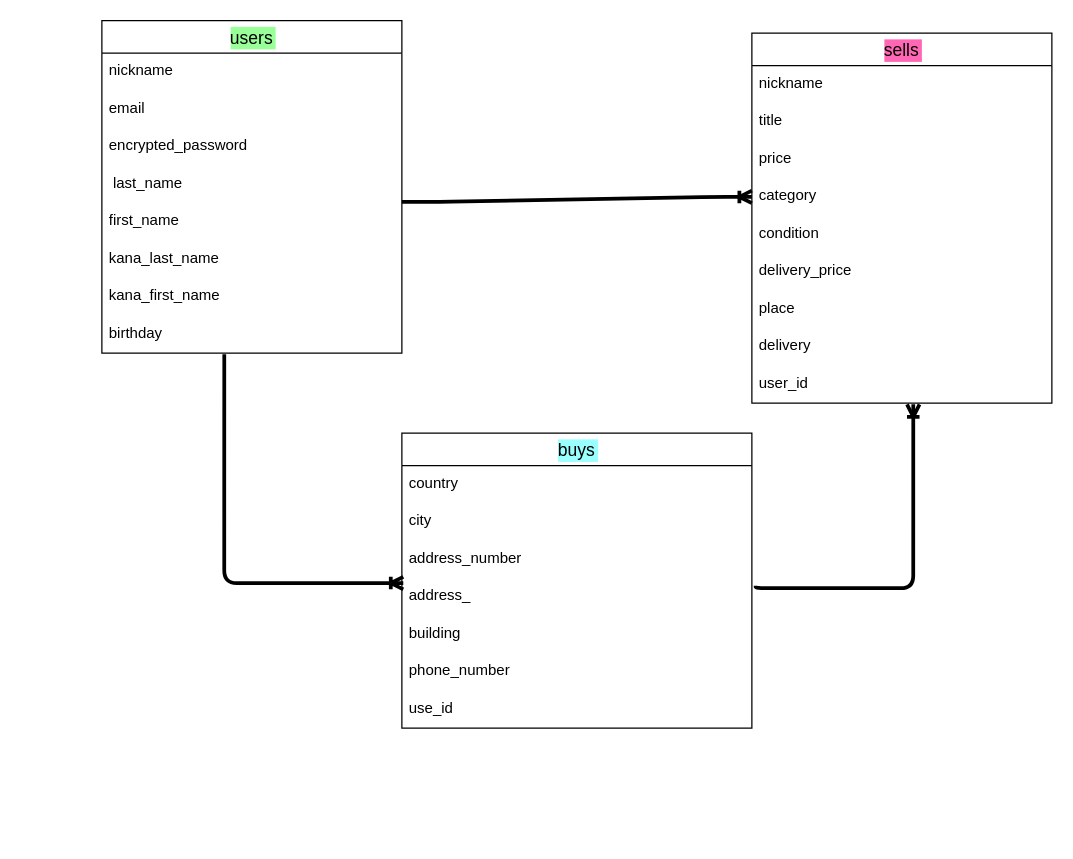
Before: furima.dio in utidayudai/furima-38448, a draw.io diagram. Source tidied: cells renumbered, new cells numbered last; positions are measured from the earlier drawing's top-left corner, leaving out a move shared by most shapes. Both pictures are drawn from the tidied source at 125%, with x=0, y=0 at pixel (101, 20).
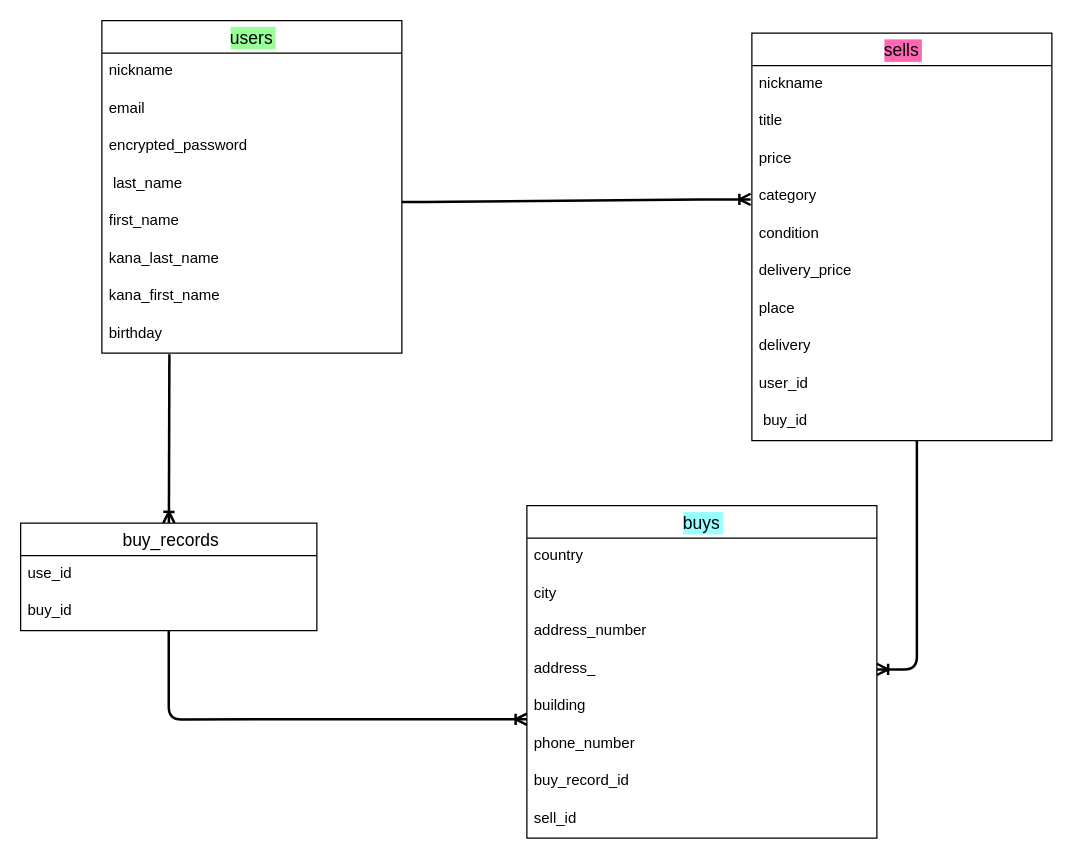
The same page after the edit.

Commit message (it also covers changes not shown here):
データベース修正

Unchanged cells that the change refers to:
```xml
<mxCell id="10" value="birthday" style="text;strokeColor=none;fillColor=none;spacingLeft=4;spacingRight=4;overflow=hidden;points=[[0,0.5],[1,0.5]];portConstraint=eastwest;fontSize=12;" parent="2" vertex="1">
  <mxGeometry y="236" width="240" height="30" as="geometry" />
</mxCell>
<mxCell id="15" value="category" style="text;strokeColor=none;fillColor=none;spacingLeft=4;spacingRight=4;overflow=hidden;points=[[0,0.5],[1,0.5]];portConstraint=eastwest;fontSize=12;labelBackgroundColor=none;" parent="11" vertex="1">
  <mxGeometry y="116" width="240" height="30" as="geometry" />
</mxCell>
<mxCell id="25" value="address_" style="text;strokeColor=none;fillColor=none;spacingLeft=4;spacingRight=4;overflow=hidden;points=[[0,0.5],[1,0.5]];portConstraint=eastwest;fontSize=12;" parent="21" vertex="1">
  <mxGeometry y="116" width="280" height="30" as="geometry" />
</mxCell>
<mxCell id="26" value="building" style="text;strokeColor=none;fillColor=none;spacingLeft=4;spacingRight=4;overflow=hidden;points=[[0,0.5],[1,0.5]];portConstraint=eastwest;fontSize=12;" parent="21" vertex="1">
  <mxGeometry y="146" width="280" height="30" as="geometry" />
</mxCell>
```

Change to the diagram source:
```diff
@@
+    <mxCell id="34" style="edgeStyle=none;html=1;endArrow=ERoneToMany;endFill=0;strokeWidth=2;exitX=0.225;exitY=1.033;exitDx=0;exitDy=0;exitPerimeter=0;" parent="1" edge="1" source="10" target="33">
+      <mxGeometry relative="1" as="geometry" />
+    </mxCell>
@@
+    <mxCell id="35" style="edgeStyle=orthogonalEdgeStyle;html=1;endArrow=ERoneToMany;endFill=0;strokeWidth=2;exitX=0.55;exitY=1;exitDx=0;exitDy=0;exitPerimeter=0;entryX=1;entryY=0.5;entryDx=0;entryDy=0;" parent="1" edge="1" source="20" target="25">
+      <mxGeometry relative="1" as="geometry" />
+    </mxCell>
     <mxCell id="11" value="sells" style="swimlane;fontStyle=0;horizontal=1;startSize=26;align=center;fontSize=14;labelBackgroundColor=#FF66B3;" parent="1" vertex="1">
-      <mxGeometry x="520" y="10" width="240" height="296" as="geometry" />
+      <mxGeometry x="520" y="10" width="240" height="326" as="geometry" />
     </mxCell>
@@
+    <mxCell id="36" value="user_id" style="text;strokeColor=none;fillColor=none;spacingLeft=4;spacingRight=4;overflow=hidden;fontSize=12;labelBackgroundColor=none;" parent="11" vertex="1">
+      <mxGeometry y="266" width="240" height="30" as="geometry" />
+    </mxCell>
-    <mxCell id="20" value="user_id" style="text;strokeColor=none;fillColor=none;spacingLeft=4;spacingRight=4;overflow=hidden;points=[[0,0.5],[1,0.5]];portConstraint=eastwest;fontSize=12;labelBackgroundColor=none;" parent="11" vertex="1">
-      <mxGeometry y="266" width="240" height="30" as="geometry" />
+    <mxCell id="20" value=" buy_id" style="text;strokeColor=none;fillColor=none;spacingLeft=4;spacingRight=4;overflow=hidden;points=[[0,0.5],[1,0.5]];portConstraint=eastwest;fontSize=12;labelBackgroundColor=none;" parent="11" vertex="1">
+      <mxGeometry y="296" width="240" height="30" as="geometry" />
     </mxCell>
     <mxCell id="21" value="buys" style="swimlane;fontStyle=0;horizontal=1;startSize=26;align=center;fontSize=14;labelBackgroundColor=#99FFFF;" parent="1" vertex="1">
-      <mxGeometry x="240" y="330" width="280" height="236" as="geometry" />
+      <mxGeometry x="340" y="388" width="280" height="266" as="geometry" />
     </mxCell>
@@
+    <mxCell id="37" value="phone_number" style="text;strokeColor=none;fillColor=none;spacingLeft=4;spacingRight=4;overflow=hidden;fontSize=12;" parent="21" vertex="1">
+      <mxGeometry y="176" width="280" height="30" as="geometry" />
+    </mxCell>
+    <mxCell id="38" value="buy_record_id" style="text;strokeColor=none;fillColor=none;spacingLeft=4;spacingRight=4;overflow=hidden;fontSize=12;" parent="21" vertex="1">
+      <mxGeometry y="206" width="280" height="30" as="geometry" />
+    </mxCell>
-    <mxCell id="27" value="phone_number" style="text;strokeColor=none;fillColor=none;spacingLeft=4;spacingRight=4;overflow=hidden;fontSize=12;" parent="21" vertex="1">
-      <mxGeometry y="176" width="280" height="30" as="geometry" />
+    <mxCell id="27" value="sell_id" style="text;strokeColor=none;fillColor=none;spacingLeft=4;spacingRight=4;overflow=hidden;fontSize=12;" parent="21" vertex="1">
+      <mxGeometry y="236" width="280" height="30" as="geometry" />
     </mxCell>
+    <mxCell id="32" style="edgeStyle=entityRelationEdgeStyle;fontSize=12;html=1;endArrow=ERoneToMany;strokeWidth=2;elbow=vertical;jumpSize=7;" parent="1" edge="1">
+      <mxGeometry relative="1" as="geometry">
+        <mxPoint x="240" y="145" as="sourcePoint" />
+        <mxPoint x="519" y="143" as="targetPoint" />
+      </mxGeometry>
+    </mxCell>
+    <mxCell id="39" style="edgeStyle=orthogonalEdgeStyle;html=1;entryX=0;entryY=0.833;entryDx=0;entryDy=0;entryPerimeter=0;endArrow=ERoneToMany;endFill=0;strokeWidth=2;" parent="1" edge="1" source="33" target="26">
+      <mxGeometry relative="1" as="geometry" />
+    </mxCell>
+    <mxCell id="33" value=" buy_records" style="swimlane;fontStyle=0;horizontal=1;startSize=26;align=center;fontSize=14;" parent="1" vertex="1">
+      <mxGeometry x="-65" y="402" width="237" height="86" as="geometry" />
+    </mxCell>
-    <mxCell id="28" value="use_id" style="text;strokeColor=none;fillColor=none;spacingLeft=4;spacingRight=4;overflow=hidden;fontSize=12;" parent="21" vertex="1">
-      <mxGeometry y="206" width="280" height="30" as="geometry" />
+    <mxCell id="28" value="use_id" style="text;strokeColor=none;fillColor=none;spacingLeft=4;spacingRight=4;overflow=hidden;fontSize=12;" parent="33" vertex="1">
+      <mxGeometry y="26" width="237" height="30" as="geometry" />
     </mxCell>
-    <mxCell id="29" style="edgeStyle=entityRelationEdgeStyle;fontSize=12;html=1;endArrow=ERoneToMany;exitX=0.425;exitY=1.033;exitDx=0;exitDy=0;exitPerimeter=0;entryX=0;entryY=0.5;entryDx=0;entryDy=0;strokeColor=none;strokeWidth=9;" parent="1" edge="1" source="10" target="25">
-      <mxGeometry relative="1" as="geometry" />
-    </mxCell>
-    <mxCell id="30" style="fontSize=12;html=1;endArrow=ERzeroToMany;endFill=1;strokeWidth=1;entryX=0;entryY=0.5;entryDx=0;entryDy=0;strokeColor=none;startArrow=ERoneToMany;startFill=0;" parent="1" edge="1" target="25">
-      <mxGeometry relative="1" as="geometry">
-        <mxPoint x="106" y="266" as="sourcePoint" />
-      </mxGeometry>
-    </mxCell>
-    <mxCell id="31" style="edgeStyle=orthogonalEdgeStyle;fontSize=12;html=1;endArrow=ERoneToMany;strokeWidth=3;exitX=0.408;exitY=1.033;exitDx=0;exitDy=0;exitPerimeter=0;entryX=0.004;entryY=0.133;entryDx=0;entryDy=0;entryPerimeter=0;jumpSize=7;" parent="1" edge="1" source="10" target="25">
-      <mxGeometry relative="1" as="geometry" />
-    </mxCell>
-    <mxCell id="32" style="edgeStyle=entityRelationEdgeStyle;fontSize=12;html=1;endArrow=ERoneToMany;strokeWidth=3;elbow=vertical;jumpSize=7;entryX=0;entryY=0.5;entryDx=0;entryDy=0;" parent="1" edge="1" target="15">
-      <mxGeometry relative="1" as="geometry">
-        <mxPoint x="240" y="145" as="sourcePoint" />
-      </mxGeometry>
-    </mxCell>
-    <mxCell id="33" style="edgeStyle=orthogonalEdgeStyle;fontSize=12;html=1;endArrow=ERoneToMany;strokeWidth=3;elbow=vertical;jumpSize=7;entryX=0.538;entryY=1.033;entryDx=0;entryDy=0;entryPerimeter=0;" parent="1" edge="1" target="20">
-      <mxGeometry relative="1" as="geometry">
-        <mxPoint x="523" y="452" as="sourcePoint" />
-        <Array as="points">
-          <mxPoint x="523" y="454" />
-          <mxPoint x="649" y="454" />
-        </Array>
-      </mxGeometry>
-    </mxCell>
+    <mxCell id="40" value="buy_id" style="text;strokeColor=none;fillColor=none;spacingLeft=4;spacingRight=4;overflow=hidden;fontSize=12;" parent="33" vertex="1">
+      <mxGeometry y="56" width="237" height="30" as="geometry" />
+    </mxCell>
```
